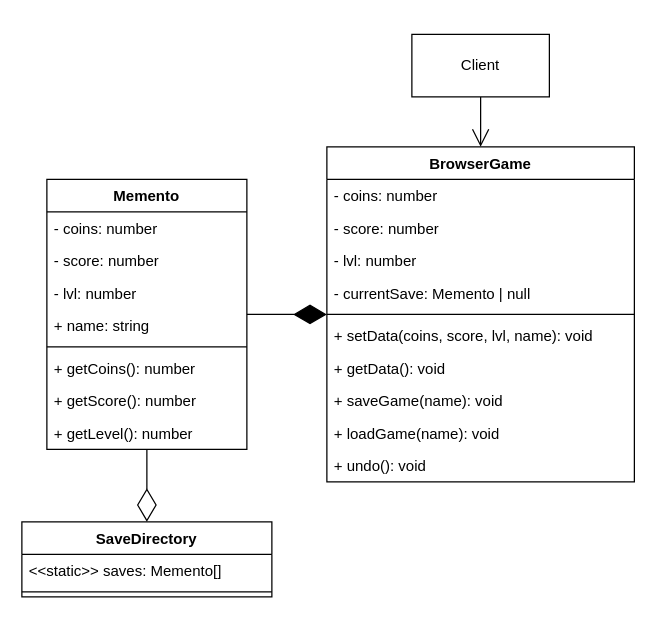
This is diagrams/behavioral/1memento.drawio from Vlas1d/BasePatterns, a draw.io file, before an edit. Source tidied: cells renumbered, new cells numbered last; positions are measured from the earlier drawing's top-left corner, leaving out a move shared by most shapes. Both pictures are drawn from the tidied source at 125%, with x=0, y=0 at pixel (21, 34).
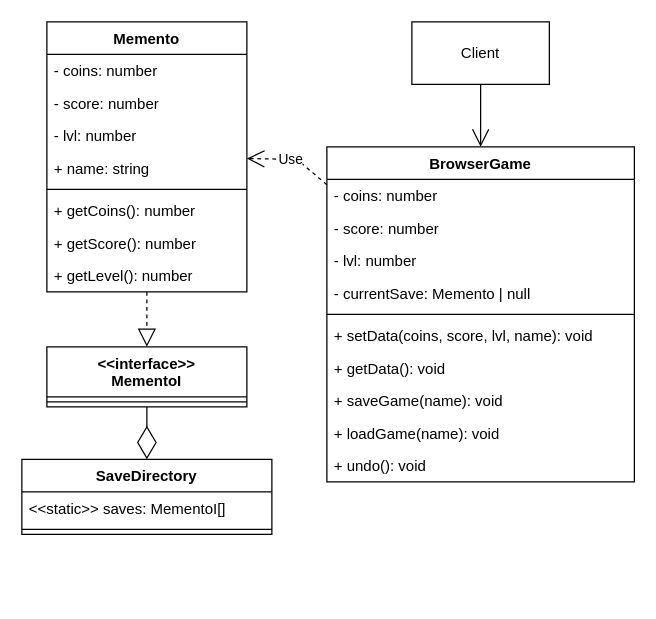
Above is the later version.

Commit message (it also covers changes not shown here):
observer(code&diagram)

The change refers to these unchanged cells:
```xml
<mxCell id="4" value="BrowserGame" style="swimlane;fontStyle=1;align=center;verticalAlign=top;horizontal=1;startSize=26;whiteSpace=wrap;html=1;" parent="1" vertex="1">
  <mxGeometry x="244" y="90" width="246" height="268" as="geometry" />
</mxCell>
```

Diff of the diagram source:
```diff
@@
     <mxCell id="2" value="Client" style="html=1;whiteSpace=wrap;" parent="1" vertex="1">
-      <mxGeometry x="312" width="110" height="50" as="geometry" />
+      <mxGeometry x="312" y="-10" width="110" height="50" as="geometry" />
     </mxCell>
@@
     <mxCell id="15" value="Memento" style="swimlane;fontStyle=1;align=center;verticalAlign=top;horizontal=1;startSize=26;whiteSpace=wrap;html=1;" parent="1" vertex="1">
-      <mxGeometry x="20" y="116" width="160" height="216" as="geometry" />
+      <mxGeometry x="20" y="-10" width="160" height="216" as="geometry" />
     </mxCell>
@@
     <mxCell id="24" value="SaveDirectory" style="swimlane;fontStyle=1;align=center;verticalAlign=top;horizontal=1;startSize=26;whiteSpace=wrap;html=1;" parent="1" vertex="1">
-      <mxGeometry y="390" width="200" height="60" as="geometry" />
+      <mxGeometry y="340" width="200" height="60" as="geometry" />
     </mxCell>
-    <mxCell id="25" value="&amp;lt;&amp;lt;static&amp;gt;&amp;gt; saves: Memento[]" style="text;strokeColor=none;fillColor=none;align=left;verticalAlign=top;spacingLeft=4;spacingRight=4;overflow=hidden;whiteSpace=wrap;html=1;" parent="24" vertex="1">
+    <mxCell id="25" value="&amp;lt;&amp;lt;static&amp;gt;&amp;gt; saves: MementoI[]" style="text;strokeColor=none;fillColor=none;align=left;verticalAlign=top;spacingLeft=4;spacingRight=4;overflow=hidden;whiteSpace=wrap;html=1;" parent="24" vertex="1">
       <mxGeometry y="26" width="200" height="26" as="geometry" />
     </mxCell>
@@
-    <mxCell id="27" style="endArrow=diamondThin;endFill=1;endSize=24;html=1;rounded=0;" parent="1" edge="1" source="15" target="4">
-      <mxGeometry relative="1" as="geometry" />
-    </mxCell>
-    <mxCell id="28" style="endArrow=diamondThin;endFill=0;endSize=24;html=1;rounded=0;" parent="1" edge="1" source="15" target="24">
-      <mxGeometry relative="1" as="geometry" />
-    </mxCell>
+    <mxCell id="29" value="Use" style="endArrow=open;endSize=12;dashed=1;html=1;rounded=0;" parent="1" edge="1" source="4" target="15">
+      <mxGeometry relative="1" as="geometry">
+        <Array as="points">
+          <mxPoint x="220" y="100" />
+        </Array>
+      </mxGeometry>
+    </mxCell>
+    <mxCell id="30" value="&amp;lt;&amp;lt;interface&amp;gt;&amp;gt;&lt;br&gt;MementoI" style="swimlane;fontStyle=1;align=center;verticalAlign=top;horizontal=1;startSize=40;whiteSpace=wrap;html=1;" parent="1" vertex="1">
+      <mxGeometry x="20" y="250" width="160" height="48" as="geometry" />
+    </mxCell>
+    <mxCell id="31" style="line;strokeWidth=1;fillColor=none;align=left;verticalAlign=middle;spacingTop=-1;spacingLeft=3;spacingRight=3;labelPosition=right;strokeColor=inherit;" parent="30" vertex="1">
+      <mxGeometry y="40" width="160" height="8" as="geometry" />
+    </mxCell>
+    <mxCell id="32" style="endArrow=block;dashed=1;endFill=0;endSize=12;html=1;rounded=0;" parent="1" edge="1" source="15" target="30">
+      <mxGeometry relative="1" as="geometry" />
+    </mxCell>
+    <mxCell id="33" style="endArrow=diamondThin;endFill=0;endSize=24;html=1;rounded=0;" parent="1" edge="1" source="30" target="24">
+      <mxGeometry relative="1" as="geometry" />
+    </mxCell>
```
